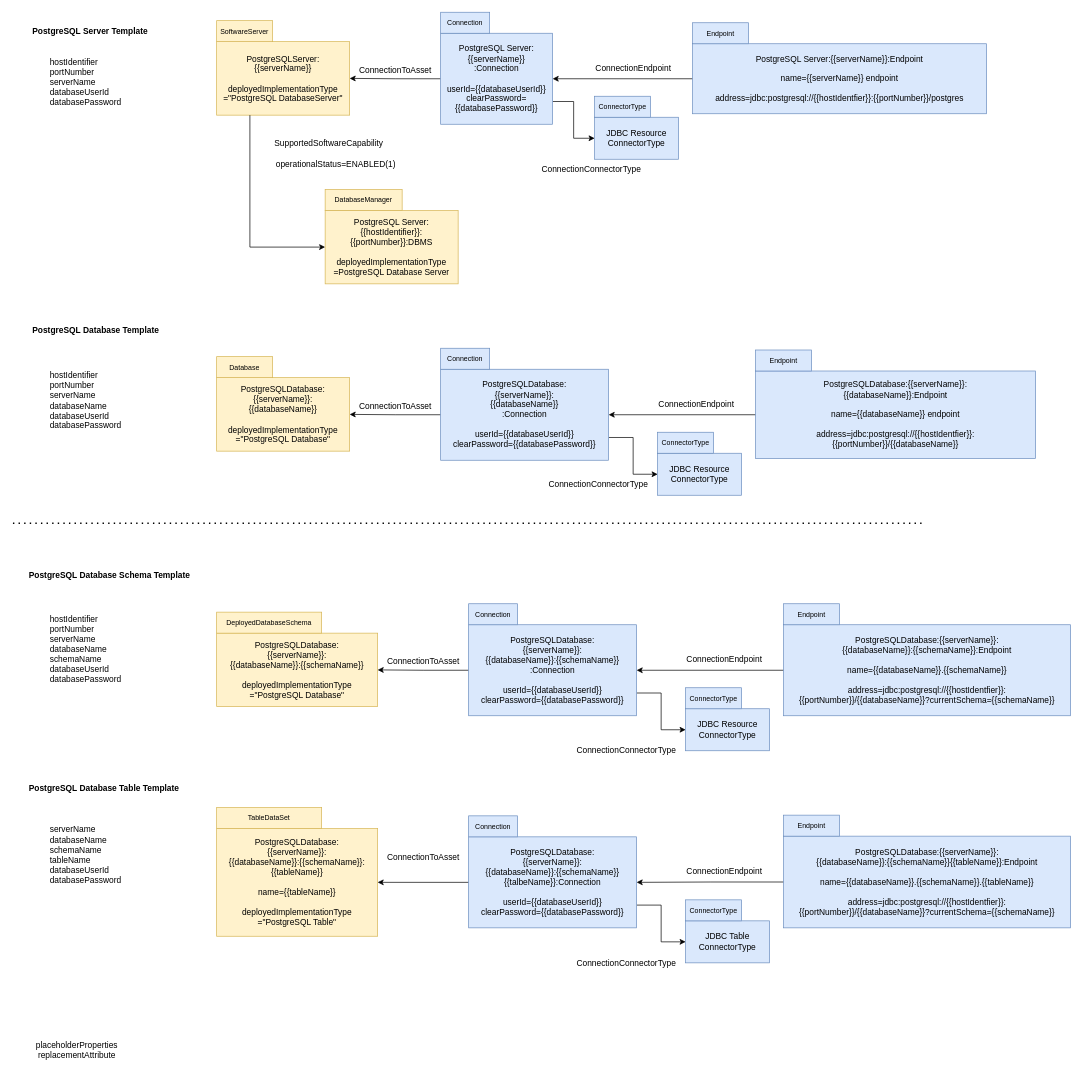
Above: page "catalog-templates" (1 of 2) of site/docs/connectors/databases/postgres-database.drawio in odpi/egeria-docs (draw.io), before the change. Source tidied: cells renumbered, new cells numbered last; positions are measured from the earlier drawing's top-left corner, leaving out a move shared by most shapes. Both pictures are drawn from the tidied source at 70%, with x=0, y=0 at pixel (13, 12).
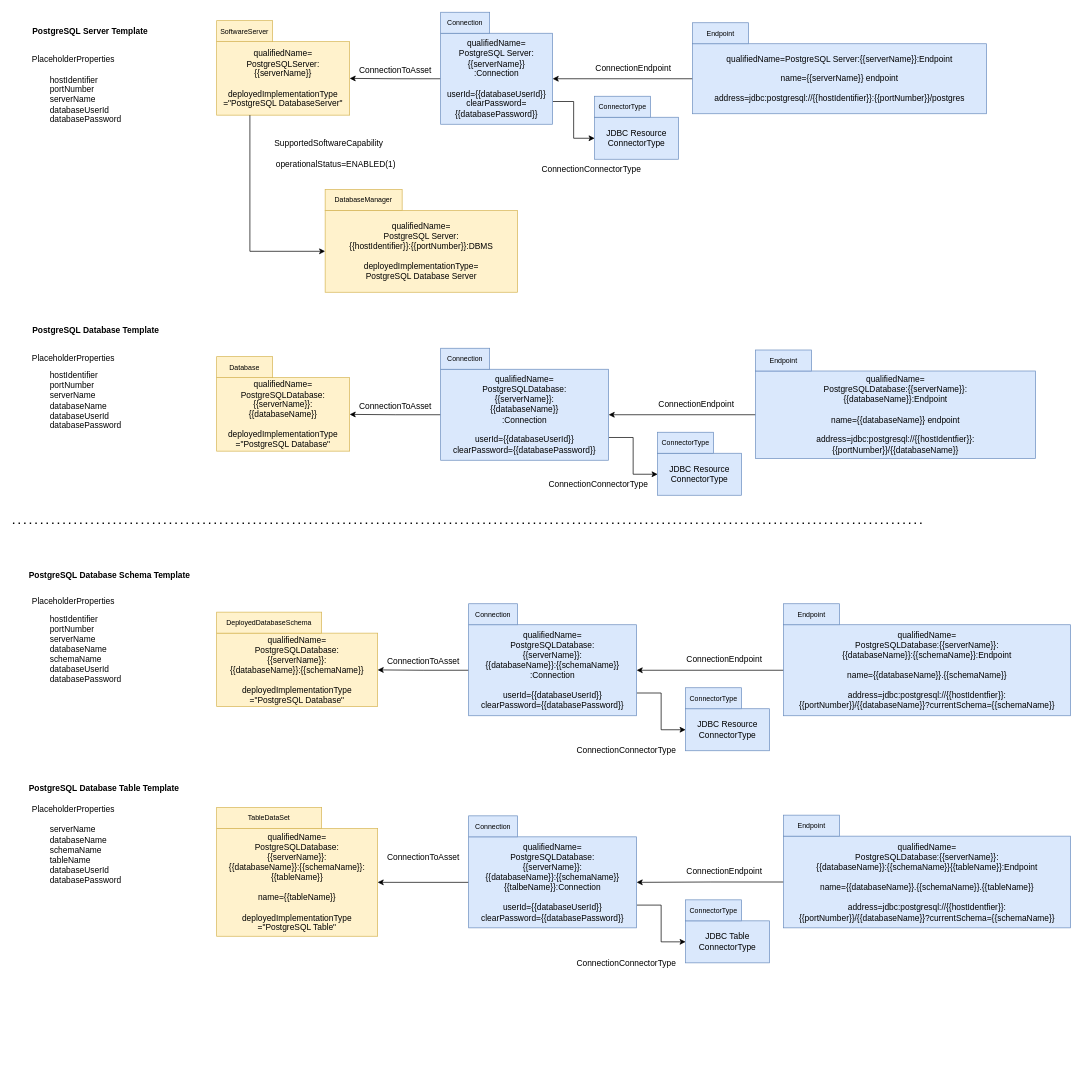
The same page after the edit.

The edit, as a diff of the source:
```diff
@@
-    <mxCell id="2" value="PostgreSQLServer:&lt;br&gt;{{serverName}}&lt;br&gt;&lt;br&gt;deployedImplementationType =&quot;PostgreSQL DatabaseServer&quot;" style="rounded=0;whiteSpace=wrap;html=1;fillColor=#fff2cc;strokeColor=#d6b656;" parent="1" vertex="1">
+    <mxCell id="2" value="qualifiedName=&lt;div&gt;PostgreSQLServer:&lt;br&gt;{{serverName}}&lt;br&gt;&lt;br&gt;deployedImplementationType =&quot;PostgreSQL DatabaseServer&quot;&lt;/div&gt;" style="rounded=0;whiteSpace=wrap;html=1;fillColor=#fff2cc;strokeColor=#d6b656;" parent="1" vertex="1">
       <mxGeometry x="291" y="42" width="190" height="105" as="geometry" />
     </mxCell>
@@
-    <mxCell id="6" value="PostgreSQL Server:&lt;br&gt;{{serverName}}&lt;br&gt;:Connection&lt;br&gt;&lt;br&gt;userId={{databaseUserId}}&lt;br&gt;clearPassword={{databasePassword}}" style="rounded=0;whiteSpace=wrap;html=1;fillColor=#dae8fc;strokeColor=#6c8ebf;" parent="1" vertex="1">
+    <mxCell id="6" value="qualifiedName=&lt;div&gt;PostgreSQL Server:&lt;br&gt;{{serverName}}&lt;br&gt;:Connection&lt;br&gt;&lt;br&gt;userId={{databaseUserId}}&lt;br&gt;clearPassword={{databasePassword}}&lt;/div&gt;" style="rounded=0;whiteSpace=wrap;html=1;fillColor=#dae8fc;strokeColor=#6c8ebf;" parent="1" vertex="1">
       <mxGeometry x="611" y="30" width="160" height="130" as="geometry" />
     </mxCell>
@@
-    <mxCell id="12" value="PostgreSQL Server:{{serverName}}:Endpoint&lt;br&gt;&lt;br&gt;name={{serverName}} endpoint&lt;br&gt;&lt;br&gt;address=jdbc:postgresql://{{hostIdentfier}}:{{portNumber}}/postgres" style="rounded=0;whiteSpace=wrap;html=1;fillColor=#dae8fc;strokeColor=#6c8ebf;" parent="1" vertex="1">
+    <mxCell id="12" value="qualifiedName=PostgreSQL Server:{{serverName}}:Endpoint&lt;br&gt;&lt;br&gt;name={{serverName}} endpoint&lt;br&gt;&lt;br&gt;address=jdbc:postgresql://{{hostIdentifier}}:{{portNumber}}/postgres" style="rounded=0;whiteSpace=wrap;html=1;fillColor=#dae8fc;strokeColor=#6c8ebf;" parent="1" vertex="1">
       <mxGeometry x="971" y="45" width="420" height="100" as="geometry" />
     </mxCell>
@@
-    <mxCell id="20" value="PostgreSQLDatabase:&lt;br&gt;{{serverName}}:&lt;br&gt;{{databaseName}}&lt;br&gt;&lt;br&gt;deployedImplementationType =&quot;PostgreSQL Database&quot;" style="rounded=0;whiteSpace=wrap;html=1;fillColor=#fff2cc;strokeColor=#d6b656;" parent="1" vertex="1">
+    <mxCell id="20" value="qualifiedName=&lt;div&gt;PostgreSQLDatabase:&lt;br&gt;{{serverName}}:&lt;br&gt;{{databaseName}}&lt;br&gt;&lt;br&gt;deployedImplementationType =&quot;PostgreSQL Database&quot;&lt;/div&gt;" style="rounded=0;whiteSpace=wrap;html=1;fillColor=#fff2cc;strokeColor=#d6b656;" parent="1" vertex="1">
       <mxGeometry x="291" y="522" width="190" height="105" as="geometry" />
     </mxCell>
@@
-    <mxCell id="24" value="PostgreSQLDatabase:&lt;br style=&quot;border-color: var(--border-color);&quot;&gt;{{serverName}}:&lt;br style=&quot;border-color: var(--border-color);&quot;&gt;{{databaseName}}&lt;br style=&quot;border-color: var(--border-color);&quot;&gt;:Connection&lt;br&gt;&lt;br&gt;userId={{databaseUserId}}&lt;br&gt;clearPassword={{databasePassword}}" style="rounded=0;whiteSpace=wrap;html=1;fillColor=#dae8fc;strokeColor=#6c8ebf;" parent="1" vertex="1">
+    <mxCell id="24" value="qualifiedName=&lt;div&gt;PostgreSQLDatabase:&lt;br style=&quot;border-color: var(--border-color);&quot;&gt;{{serverName}}:&lt;br style=&quot;border-color: var(--border-color);&quot;&gt;{{databaseName}}&lt;br style=&quot;border-color: var(--border-color);&quot;&gt;:Connection&lt;br&gt;&lt;br&gt;userId={{databaseUserId}}&lt;br&gt;clearPassword={{databasePassword}}&lt;/div&gt;" style="rounded=0;whiteSpace=wrap;html=1;fillColor=#dae8fc;strokeColor=#6c8ebf;" parent="1" vertex="1">
       <mxGeometry x="611" y="510" width="240" height="130" as="geometry" />
     </mxCell>
@@
-    <mxCell id="30" value="PostgreSQLDatabase:{{serverName}}:&lt;br style=&quot;border-color: var(--border-color);&quot;&gt;{{databaseName}}:Endpoint&lt;br&gt;&lt;br&gt;name={{databaseName}} endpoint&lt;br&gt;&lt;br&gt;address=jdbc:postgresql://{{hostIdentfier}}:{{portNumber}}/{{databaseName}}" style="rounded=0;whiteSpace=wrap;html=1;fillColor=#dae8fc;strokeColor=#6c8ebf;" parent="1" vertex="1">
+    <mxCell id="30" value="qualifiedName=&lt;div&gt;PostgreSQLDatabase:{{serverName}}:&lt;br style=&quot;border-color: var(--border-color);&quot;&gt;{{databaseName}}:Endpoint&lt;br&gt;&lt;br&gt;name={{databaseName}} endpoint&lt;br&gt;&lt;br&gt;address=jdbc:postgresql://{{hostIdentfier}}:{{portNumber}}/{{databaseName}}&lt;/div&gt;" style="rounded=0;whiteSpace=wrap;html=1;fillColor=#dae8fc;strokeColor=#6c8ebf;" parent="1" vertex="1">
       <mxGeometry x="1061" y="512.5" width="400" height="125" as="geometry" />
     </mxCell>
@@
     <mxCell id="34" value="hostIdentifier&lt;br&gt;portNumber&lt;br&gt;serverName&lt;br&gt;databaseUserId &lt;br&gt;databasePassword" style="text;html=1;align=left;verticalAlign=middle;strokeColor=none;fillColor=none;" parent="1" vertex="1">
-      <mxGeometry x="51" y="55" width="130" height="90" as="geometry" />
+      <mxGeometry x="51" y="80" width="130" height="90" as="geometry" />
     </mxCell>
@@
-    <mxCell id="37" value="PostgreSQLDatabase:&lt;br&gt;{{serverName}}:&lt;br&gt;{{databaseName}}:{{schemaName}}&lt;br&gt;&lt;br&gt;deployedImplementationType =&quot;PostgreSQL Database&quot;" style="rounded=0;whiteSpace=wrap;html=1;fillColor=#fff2cc;strokeColor=#d6b656;" parent="1" vertex="1">
+    <mxCell id="37" value="qualifiedName=&lt;div&gt;PostgreSQLDatabase:&lt;br&gt;{{serverName}}:&lt;br&gt;{{databaseName}}:{{schemaName}}&lt;br&gt;&lt;br&gt;deployedImplementationType =&quot;PostgreSQL Database&quot;&lt;/div&gt;" style="rounded=0;whiteSpace=wrap;html=1;fillColor=#fff2cc;strokeColor=#d6b656;" parent="1" vertex="1">
       <mxGeometry x="291" y="887" width="230" height="105" as="geometry" />
     </mxCell>
@@
-    <mxCell id="41" value="PostgreSQLDatabase:&lt;br style=&quot;border-color: var(--border-color);&quot;&gt;{{serverName}}:&lt;br style=&quot;border-color: var(--border-color);&quot;&gt;{{databaseName}}:{{schemaName}}&lt;br style=&quot;border-color: var(--border-color);&quot;&gt;:Connection&lt;br&gt;&lt;br&gt;userId={{databaseUserId}}&lt;br&gt;clearPassword={{databasePassword}}" style="rounded=0;whiteSpace=wrap;html=1;fillColor=#dae8fc;strokeColor=#6c8ebf;" parent="1" vertex="1">
+    <mxCell id="41" value="qualifiedName=&lt;div&gt;PostgreSQLDatabase:&lt;br style=&quot;border-color: var(--border-color);&quot;&gt;{{serverName}}:&lt;br style=&quot;border-color: var(--border-color);&quot;&gt;{{databaseName}}:{{schemaName}}&lt;br style=&quot;border-color: var(--border-color);&quot;&gt;:Connection&lt;br&gt;&lt;br&gt;userId={{databaseUserId}}&lt;br&gt;clearPassword={{databasePassword}}&lt;/div&gt;" style="rounded=0;whiteSpace=wrap;html=1;fillColor=#dae8fc;strokeColor=#6c8ebf;" parent="1" vertex="1">
       <mxGeometry x="651" y="875" width="240" height="130" as="geometry" />
     </mxCell>
@@
-    <mxCell id="47" value="PostgreSQLDatabase:{{serverName}}:&lt;br style=&quot;border-color: var(--border-color);&quot;&gt;{{databaseName}}:{{schemaName}}:Endpoint&lt;br&gt;&lt;br&gt;name={{databaseName}}.{{schemaName}}&lt;br&gt;&lt;br&gt;address=jdbc:postgresql://{{hostIdentfier}}:{{portNumber}}/{{databaseName}}?currentSchema={{schemaName}}" style="rounded=0;whiteSpace=wrap;html=1;fillColor=#dae8fc;strokeColor=#6c8ebf;" parent="1" vertex="1">
+    <mxCell id="47" value="qualifiedName=&lt;div&gt;PostgreSQLDatabase:{{serverName}}:&lt;br style=&quot;border-color: var(--border-color);&quot;&gt;{{databaseName}}:{{schemaName}}:Endpoint&lt;br&gt;&lt;br&gt;name={{databaseName}}.{{schemaName}}&lt;br&gt;&lt;br&gt;address=jdbc:postgresql://{{hostIdentfier}}:{{portNumber}}/{{databaseName}}?currentSchema={{schemaName}}&lt;/div&gt;" style="rounded=0;whiteSpace=wrap;html=1;fillColor=#dae8fc;strokeColor=#6c8ebf;" parent="1" vertex="1">
       <mxGeometry x="1101" y="875" width="410" height="130" as="geometry" />
     </mxCell>
@@
-    <mxCell id="51" value="PostgreSQLDatabase:&lt;br&gt;{{serverName}}:&lt;br&gt;{{databaseName}}:{{schemaName}}:&lt;br&gt;{{tableName}}&lt;br&gt;&lt;br&gt;name={{tableName}}&lt;br&gt;&lt;br&gt;deployedImplementationType =&quot;PostgreSQL Table&quot;" style="rounded=0;whiteSpace=wrap;html=1;fillColor=#fff2cc;strokeColor=#d6b656;" parent="1" vertex="1">
+    <mxCell id="51" value="qualifiedName=&lt;div&gt;PostgreSQLDatabase:&lt;br&gt;{{serverName}}:&lt;br&gt;{{databaseName}}:{{schemaName}}:&lt;br&gt;{{tableName}}&lt;br&gt;&lt;br&gt;name={{tableName}}&lt;br&gt;&lt;br&gt;deployedImplementationType =&quot;PostgreSQL Table&quot;&lt;/div&gt;" style="rounded=0;whiteSpace=wrap;html=1;fillColor=#fff2cc;strokeColor=#d6b656;" parent="1" vertex="1">
       <mxGeometry x="291" y="1166" width="230" height="154" as="geometry" />
     </mxCell>
@@
-    <mxCell id="55" value="PostgreSQLDatabase:&lt;br style=&quot;border-color: var(--border-color);&quot;&gt;{{serverName}}:&lt;br style=&quot;border-color: var(--border-color);&quot;&gt;{{databaseName}}:{{schemaName}}&lt;br style=&quot;border-color: var(--border-color);&quot;&gt;{{talbeName}}:Connection&lt;br&gt;&lt;br&gt;userId={{databaseUserId}}&lt;br&gt;clearPassword={{databasePassword}}" style="rounded=0;whiteSpace=wrap;html=1;fillColor=#dae8fc;strokeColor=#6c8ebf;" parent="1" vertex="1">
+    <mxCell id="55" value="qualifiedName=&lt;div&gt;PostgreSQLDatabase:&lt;br style=&quot;border-color: var(--border-color);&quot;&gt;{{serverName}}:&lt;br style=&quot;border-color: var(--border-color);&quot;&gt;{{databaseName}}:{{schemaName}}&lt;br style=&quot;border-color: var(--border-color);&quot;&gt;{{talbeName}}:Connection&lt;br&gt;&lt;br&gt;userId={{databaseUserId}}&lt;br&gt;clearPassword={{databasePassword}}&lt;/div&gt;" style="rounded=0;whiteSpace=wrap;html=1;fillColor=#dae8fc;strokeColor=#6c8ebf;" parent="1" vertex="1">
       <mxGeometry x="651" y="1178" width="240" height="130" as="geometry" />
     </mxCell>
@@
-    <mxCell id="61" value="PostgreSQLDatabase:{{serverName}}:&lt;br style=&quot;border-color: var(--border-color);&quot;&gt;{{databaseName}}:{{schemaName}}{{tableName}}:Endpoint&lt;br&gt;&lt;br&gt;name={{databaseName}}.{{schemaName}}.{{tableName}}&lt;br&gt;&lt;br&gt;address=jdbc:postgresql://{{hostIdentfier}}:{{portNumber}}/{{databaseName}}?currentSchema={{schemaName}}" style="rounded=0;whiteSpace=wrap;html=1;fillColor=#dae8fc;strokeColor=#6c8ebf;" parent="1" vertex="1">
+    <mxCell id="61" value="qualifiedName=&lt;div&gt;PostgreSQLDatabase:{{serverName}}:&lt;br style=&quot;border-color: var(--border-color);&quot;&gt;{{databaseName}}:{{schemaName}}{{tableName}}:Endpoint&lt;br&gt;&lt;br&gt;name={{databaseName}}.{{schemaName}}.{{tableName}}&lt;br&gt;&lt;br&gt;address=jdbc:postgresql://{{hostIdentfier}}:{{portNumber}}/{{databaseName}}?currentSchema={{schemaName}}&lt;/div&gt;" style="rounded=0;whiteSpace=wrap;html=1;fillColor=#dae8fc;strokeColor=#6c8ebf;" parent="1" vertex="1">
       <mxGeometry x="1101" y="1177" width="410" height="131" as="geometry" />
     </mxCell>
@@
-    <mxCell id="68" value="PostgreSQL Server:&lt;br&gt;{{hostIdentifier}}:{{portNumber}}:DBMS&lt;br&gt;&lt;br&gt;deployedImplementationType =PostgreSQL Database Server" style="rounded=0;whiteSpace=wrap;html=1;fillColor=#fff2cc;strokeColor=#d6b656;" parent="1" vertex="1">
-      <mxGeometry x="446" y="283" width="190" height="105" as="geometry" />
+    <mxCell id="68" value="qualifiedName=&lt;div&gt;PostgreSQL Server:&lt;br&gt;{{hostIdentifier}}:{{portNumber}}:DBMS&lt;br&gt;&lt;br&gt;deployedImplementationType=&lt;/div&gt;&lt;div&gt;PostgreSQL Database Server&lt;/div&gt;" style="rounded=0;whiteSpace=wrap;html=1;fillColor=#fff2cc;strokeColor=#d6b656;" parent="1" vertex="1">
+      <mxGeometry x="446" y="283" width="275" height="117" as="geometry" />
     </mxCell>
@@
-    <mxCell id="72" value="placeholderProperties&lt;br&gt;replacementAttribute" style="text;html=1;align=center;verticalAlign=middle;strokeColor=none;fillColor=none;" parent="1" vertex="1">
-      <mxGeometry x="21" y="1463" width="140" height="40" as="geometry" />
-    </mxCell>
+    <mxCell id="73" value="PlaceholderProperties" style="text;html=1;align=center;verticalAlign=middle;strokeColor=none;fillColor=none;" parent="1" vertex="1">
+      <mxGeometry x="16" y="53" width="140" height="30" as="geometry" />
+    </mxCell>
+    <mxCell id="74" value="PlaceholderProperties" style="text;html=1;align=center;verticalAlign=middle;strokeColor=none;fillColor=none;" parent="1" vertex="1">
+      <mxGeometry x="16" y="1124" width="140" height="30" as="geometry" />
+    </mxCell>
+    <mxCell id="75" value="PlaceholderProperties" style="text;html=1;align=center;verticalAlign=middle;strokeColor=none;fillColor=none;" parent="1" vertex="1">
+      <mxGeometry x="16" y="827" width="140" height="30" as="geometry" />
+    </mxCell>
+    <mxCell id="76" value="PlaceholderProperties" style="text;html=1;align=center;verticalAlign=middle;strokeColor=none;fillColor=none;" parent="1" vertex="1">
+      <mxGeometry x="16" y="480" width="140" height="30" as="geometry" />
+    </mxCell>
```
